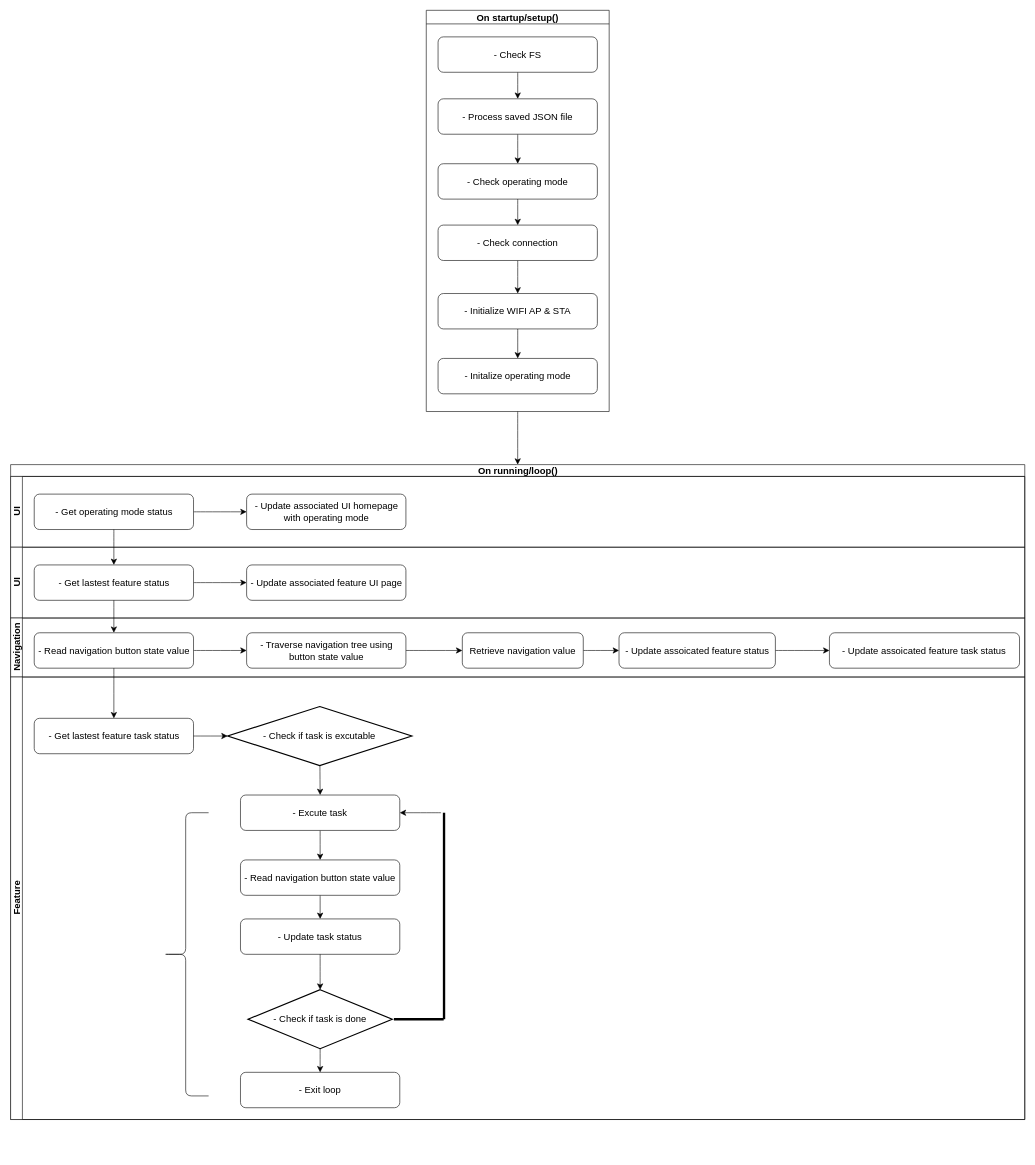
Above: page "General" (1 of 4) of Workflows/Device Firmware Flowchart.drawio in kirichain/RFID (draw.io), before the change. Source tidied: cells renumbered, new cells numbered last; positions are measured from the earlier drawing's top-left corner, leaving out a move shared by most shapes. Both pictures are drawn from the tidied source at 59%, with x=0, y=0 at pixel (11, 10).
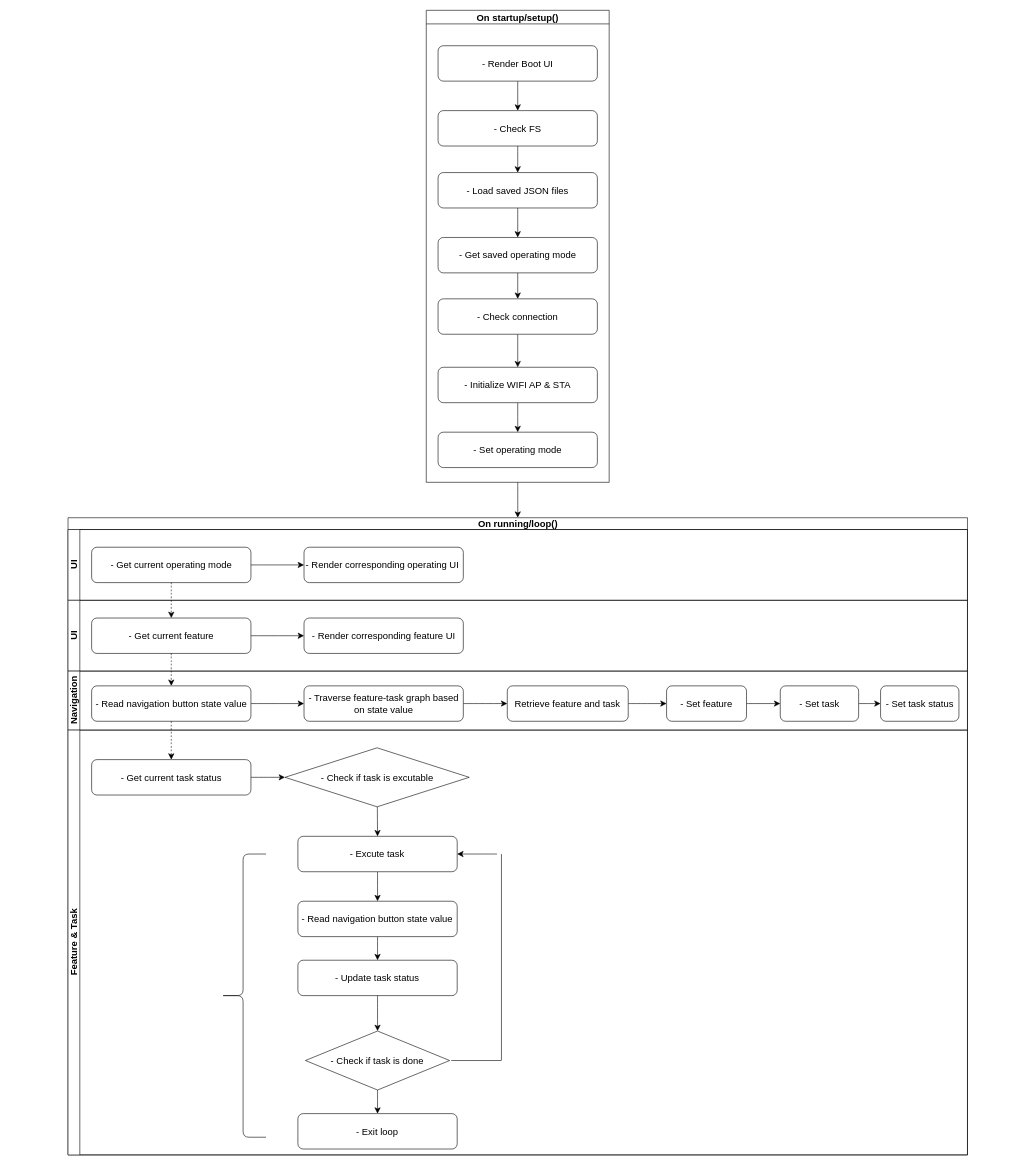
After the change.

The change refers to these unchanged cells:
```xml
<mxCell id="28" value="- Read navigation button state value" style="rounded=1;whiteSpace=wrap;html=1;fontSize=16;" parent="26" vertex="1">
  <mxGeometry x="40" y="25" width="270" height="60" as="geometry" />
</mxCell>
```

Change to the diagram source:
```diff
@@
     <mxCell id="3" value="On startup/setup()" style="swimlane;fontSize=16;" parent="1" vertex="1">
-      <mxGeometry x="704" width="310" height="680" as="geometry" />
+      <mxGeometry x="704" width="310" height="800" as="geometry" />
     </mxCell>
@@
     <mxCell id="5" value="- Check FS" style="rounded=1;whiteSpace=wrap;html=1;fontSize=16;" parent="3" vertex="1">
-      <mxGeometry x="20" y="45" width="270" height="60" as="geometry" />
+      <mxGeometry x="20" y="170" width="270" height="60" as="geometry" />
     </mxCell>
@@
-    <mxCell id="7" value="- Process saved JSON file" style="rounded=1;whiteSpace=wrap;html=1;fontSize=16;" parent="3" vertex="1">
-      <mxGeometry x="20" y="150" width="270" height="60" as="geometry" />
+    <mxCell id="7" value="- Load saved JSON files" style="rounded=1;whiteSpace=wrap;html=1;fontSize=16;" parent="3" vertex="1">
+      <mxGeometry x="20" y="275" width="270" height="60" as="geometry" />
     </mxCell>
@@
-    <mxCell id="9" value="- Check operating mode" style="rounded=1;whiteSpace=wrap;html=1;fontSize=16;" parent="3" vertex="1">
-      <mxGeometry x="20" y="260" width="270" height="60" as="geometry" />
+    <mxCell id="9" value="- Get saved operating mode" style="rounded=1;whiteSpace=wrap;html=1;fontSize=16;" parent="3" vertex="1">
+      <mxGeometry x="20" y="385" width="270" height="60" as="geometry" />
     </mxCell>
@@
     <mxCell id="11" value="- Check connection" style="rounded=1;whiteSpace=wrap;html=1;fontSize=16;" parent="3" vertex="1">
-      <mxGeometry x="20" y="364" width="270" height="60" as="geometry" />
+      <mxGeometry x="20" y="489" width="270" height="60" as="geometry" />
     </mxCell>
@@
     <mxCell id="13" value="- Initialize WIFI AP &amp;amp; STA" style="rounded=1;whiteSpace=wrap;html=1;fontSize=16;" parent="3" vertex="1">
-      <mxGeometry x="20" y="480" width="270" height="60" as="geometry" />
+      <mxGeometry x="20" y="605" width="270" height="60" as="geometry" />
     </mxCell>
-    <mxCell id="14" value="- Initalize operating mode" style="rounded=1;whiteSpace=wrap;html=1;fontSize=16;" parent="3" vertex="1">
-      <mxGeometry x="20" y="590" width="270" height="60" as="geometry" />
+    <mxCell id="14" value="- Set operating mode" style="rounded=1;whiteSpace=wrap;html=1;fontSize=16;" parent="3" vertex="1">
+      <mxGeometry x="20" y="715" width="270" height="60" as="geometry" />
     </mxCell>
+    <mxCell id="55" style="edgeStyle=none;curved=1;rounded=0;jettySize=auto;html=1;entryX=0.5;entryY=0;entryDx=0;entryDy=0;fontSize=12;startSize=8;endSize=8;" parent="3" edge="1" source="56" target="5">
+      <mxGeometry relative="1" as="geometry" />
+    </mxCell>
+    <mxCell id="56" value="- Render Boot UI" style="rounded=1;whiteSpace=wrap;html=1;fontSize=16;" parent="3" vertex="1">
+      <mxGeometry x="20" y="60" width="270" height="60" as="geometry" />
+    </mxCell>
     <mxCell id="15" value="On running/loop()" style="swimlane;horizontal=1;startSize=20;html=1;fontSize=16;" parent="1" vertex="1">
-      <mxGeometry x="-0.5" y="770" width="1718.9" height="1110" as="geometry" />
+      <mxGeometry x="96.8" y="860" width="1524.5" height="1080" as="geometry" />
     </mxCell>
     <mxCell id="16" value="UI" style="swimlane;startSize=20;horizontal=0;html=1;fontSize=16;" parent="15" vertex="1">
-      <mxGeometry y="20" width="1718.9" height="120" as="geometry" />
+      <mxGeometry y="20" width="1524.5" height="120" as="geometry" />
     </mxCell>
@@
-    <mxCell id="18" value="- Get operating mode status" style="rounded=1;whiteSpace=wrap;html=1;fontSize=16;" parent="16" vertex="1">
+    <mxCell id="18" value="- Get current operating mode" style="rounded=1;whiteSpace=wrap;html=1;fontSize=16;" parent="16" vertex="1">
       <mxGeometry x="40" y="30" width="270" height="60" as="geometry" />
     </mxCell>
-    <mxCell id="19" value="- Update associated UI homepage with operating mode" style="rounded=1;whiteSpace=wrap;html=1;fontSize=16;" parent="16" vertex="1">
+    <mxCell id="19" value="- Render corresponding operating UI&amp;nbsp;" style="rounded=1;whiteSpace=wrap;html=1;fontSize=16;" parent="16" vertex="1">
       <mxGeometry x="400" y="30" width="270" height="60" as="geometry" />
     </mxCell>
     <mxCell id="20" value="UI" style="swimlane;startSize=20;horizontal=0;html=1;fontSize=16;" parent="15" vertex="1">
-      <mxGeometry y="140" width="1718.9" height="120" as="geometry" />
+      <mxGeometry y="140" width="1524.5" height="120" as="geometry" />
     </mxCell>
@@
-    <mxCell id="22" value="- Get lastest feature status" style="rounded=1;whiteSpace=wrap;html=1;fontSize=16;" parent="20" vertex="1">
+    <mxCell id="22" value="- Get current feature" style="rounded=1;whiteSpace=wrap;html=1;fontSize=16;" parent="20" vertex="1">
       <mxGeometry x="40" y="30" width="270" height="60" as="geometry" />
     </mxCell>
-    <mxCell id="23" value="- Update associated feature UI page" style="rounded=1;whiteSpace=wrap;html=1;fontSize=16;" parent="20" vertex="1">
+    <mxCell id="23" value="- Render corresponding&amp;nbsp;feature UI" style="rounded=1;whiteSpace=wrap;html=1;fontSize=16;" parent="20" vertex="1">
       <mxGeometry x="400" y="30" width="270" height="60" as="geometry" />
     </mxCell>
-    <mxCell id="24" style="edgeStyle=none;curved=1;rounded=0;jettySize=auto;html=1;entryX=0.5;entryY=0;entryDx=0;entryDy=0;fontSize=12;startSize=8;endSize=8;" parent="15" edge="1" source="18" target="22">
+    <mxCell id="24" style="edgeStyle=none;curved=1;rounded=0;jettySize=auto;html=1;entryX=0.5;entryY=0;entryDx=0;entryDy=0;fontSize=12;startSize=8;endSize=8;dashed=1;" parent="15" edge="1" source="18" target="22">
       <mxGeometry relative="1" as="geometry" />
     </mxCell>
-    <mxCell id="25" style="edgeStyle=none;curved=1;rounded=0;jettySize=auto;html=1;entryX=0.5;entryY=0;entryDx=0;entryDy=0;fontSize=12;startSize=8;endSize=8;" parent="15" edge="1" source="22" target="28">
+    <mxCell id="25" style="edgeStyle=none;curved=1;rounded=0;jettySize=auto;html=1;entryX=0.5;entryY=0;entryDx=0;entryDy=0;fontSize=12;startSize=8;endSize=8;dashed=1;" parent="15" edge="1" source="22" target="28">
       <mxGeometry relative="1" as="geometry" />
     </mxCell>
     <mxCell id="26" value="Navigation" style="swimlane;startSize=20;horizontal=0;html=1;fontSize=16;" parent="15" vertex="1">
-      <mxGeometry y="260" width="1718.9" height="100" as="geometry" />
+      <mxGeometry y="260" width="1524.5" height="100" as="geometry" />
     </mxCell>
@@
-    <mxCell id="30" value="- Traverse navigation tree using button state value" style="rounded=1;whiteSpace=wrap;html=1;fontSize=16;" parent="26" vertex="1">
+    <mxCell id="30" value="- Traverse feature-task graph based on state value" style="rounded=1;whiteSpace=wrap;html=1;fontSize=16;" parent="26" vertex="1">
       <mxGeometry x="400" y="25" width="270" height="60" as="geometry" />
     </mxCell>
@@
-    <mxCell id="32" value="Retrieve navigation value" style="rounded=1;whiteSpace=wrap;html=1;fontSize=16;" parent="26" vertex="1">
-      <mxGeometry x="765.6" y="25" width="205" height="60" as="geometry" />
+    <mxCell id="32" value="Retrieve feature and task" style="rounded=1;whiteSpace=wrap;html=1;fontSize=16;" parent="26" vertex="1">
+      <mxGeometry x="744.5" y="25" width="205" height="60" as="geometry" />
     </mxCell>
@@
-    <mxCell id="34" value="- Update assoicated feature status" style="rounded=1;whiteSpace=wrap;html=1;fontSize=16;" parent="26" vertex="1">
-      <mxGeometry x="1031.2" y="25" width="265" height="60" as="geometry" />
+    <mxCell id="34" value="- Set feature" style="rounded=1;whiteSpace=wrap;html=1;fontSize=16;" parent="26" vertex="1">
+      <mxGeometry x="1014.5" y="25" width="135.5" height="60" as="geometry" />
     </mxCell>
+    <mxCell id="57" style="edgeStyle=none;curved=1;rounded=0;jettySize=auto;html=1;entryX=0;entryY=0.5;entryDx=0;entryDy=0;fontSize=12;startSize=8;endSize=8;" parent="26" edge="1" source="35" target="58">
+      <mxGeometry relative="1" as="geometry" />
+    </mxCell>
-    <mxCell id="35" value="- Update assoicated feature task status" style="rounded=1;whiteSpace=wrap;html=1;fontSize=16;" parent="26" vertex="1">
-      <mxGeometry x="1387.8" y="25" width="322.2" height="60" as="geometry" />
+    <mxCell id="35" value="- Set task" style="rounded=1;whiteSpace=wrap;html=1;fontSize=16;" parent="26" vertex="1">
+      <mxGeometry x="1207.2" y="25" width="132.8" height="60" as="geometry" />
     </mxCell>
+    <mxCell id="58" value="- Set task status" style="rounded=1;whiteSpace=wrap;html=1;fontSize=16;" parent="26" vertex="1">
+      <mxGeometry x="1377.2" y="25" width="132.8" height="60" as="geometry" />
+    </mxCell>
-    <mxCell id="36" value="Feature" style="swimlane;startSize=20;horizontal=0;html=1;fontSize=16;" parent="15" vertex="1">
-      <mxGeometry y="360" width="1718.9" height="750" as="geometry" />
+    <mxCell id="36" value="Feature &amp;amp; Task" style="swimlane;startSize=20;horizontal=0;html=1;fontSize=16;" parent="15" vertex="1">
+      <mxGeometry y="360" width="1524.5" height="720" as="geometry" />
     </mxCell>
-    <mxCell id="37" value="- Get lastest feature task status" style="rounded=1;whiteSpace=wrap;html=1;fontSize=16;" parent="36" vertex="1">
-      <mxGeometry x="40" y="70" width="270" height="60" as="geometry" />
+    <mxCell id="37" value="- Get current task status" style="rounded=1;whiteSpace=wrap;html=1;fontSize=16;" parent="36" vertex="1">
+      <mxGeometry x="40" y="50" width="270" height="60" as="geometry" />
     </mxCell>
@@
     <mxCell id="39" value="- Excute task" style="rounded=1;whiteSpace=wrap;html=1;fontSize=16;" parent="36" vertex="1">
-      <mxGeometry x="389.6" y="200" width="270" height="60" as="geometry" />
+      <mxGeometry x="389.6" y="180" width="270" height="60" as="geometry" />
     </mxCell>
@@
     <mxCell id="41" value="- Read navigation button state value" style="rounded=1;whiteSpace=wrap;html=1;fontSize=16;" parent="36" vertex="1">
-      <mxGeometry x="389.6" y="310" width="270" height="60" as="geometry" />
+      <mxGeometry x="389.6" y="290" width="270" height="60" as="geometry" />
     </mxCell>
@@
-    <mxCell id="43" value="- Check if task is done" style="strokeWidth=2;html=1;shape=mxgraph.flowchart.decision;whiteSpace=wrap;fontSize=16;" parent="36" vertex="1">
-      <mxGeometry x="402.4" y="530" width="244.4" height="100" as="geometry" />
+    <mxCell id="43" value="- Check if task is done" style="strokeWidth=1;html=1;shape=mxgraph.flowchart.decision;whiteSpace=wrap;fontSize=16;" parent="36" vertex="1">
+      <mxGeometry x="402.4" y="510" width="244.4" height="100" as="geometry" />
     </mxCell>
     <mxCell id="44" value="- Exit loop" style="rounded=1;whiteSpace=wrap;html=1;fontSize=16;" parent="36" vertex="1">
-      <mxGeometry x="389.6" y="670" width="270" height="60" as="geometry" />
+      <mxGeometry x="389.6" y="650" width="270" height="60" as="geometry" />
     </mxCell>
-    <mxCell id="45" style="line;strokeWidth=4;html=1;perimeter=backbonePerimeter;fontSize=16;" parent="36" vertex="1">
-      <mxGeometry x="649.6" y="575" width="84.4" height="10" as="geometry" />
+    <mxCell id="45" style="line;strokeWidth=1;html=1;perimeter=backbonePerimeter;fontSize=16;" parent="36" vertex="1">
+      <mxGeometry x="649.6" y="555" width="84.4" height="10" as="geometry" />
     </mxCell>
     <mxCell id="46" style="endArrow=classic;html=1;rounded=0;fontSize=12;startSize=8;endSize=8;curved=1;entryX=1;entryY=0.5;entryDx=0;entryDy=0;" parent="36" edge="1" target="39">
       <mxGeometry relative="1" as="geometry">
-        <mxPoint x="729.6" y="230" as="sourcePoint" />
+        <mxPoint x="727.2" y="210" as="sourcePoint" />
       </mxGeometry>
     </mxCell>
-    <mxCell id="47" style="line;strokeWidth=4;direction=south;html=1;perimeter=backbonePerimeter;fontSize=16;" parent="36" vertex="1">
-      <mxGeometry x="729.6" y="230" width="10" height="350" as="geometry" />
+    <mxCell id="47" style="line;strokeWidth=1;direction=south;html=1;perimeter=backbonePerimeter;fontSize=16;" parent="36" vertex="1">
+      <mxGeometry x="729.6" y="210" width="10" height="350" as="geometry" />
     </mxCell>
@@
-    <mxCell id="49" value="- Check if task is excutable" style="strokeWidth=2;html=1;shape=mxgraph.flowchart.decision;whiteSpace=wrap;fontSize=16;" parent="36" vertex="1">
-      <mxGeometry x="367.8" y="50" width="312.2" height="100" as="geometry" />
+    <mxCell id="49" value="- Check if task is excutable" style="strokeWidth=1;html=1;shape=mxgraph.flowchart.decision;whiteSpace=wrap;fontSize=16;" parent="36" vertex="1">
+      <mxGeometry x="367.8" y="30" width="312.2" height="100" as="geometry" />
     </mxCell>
@@
     <mxCell id="51" style="shape=curlyBracket;whiteSpace=wrap;html=1;rounded=1;labelPosition=left;verticalLabelPosition=middle;align=right;verticalAlign=middle;fontSize=16;" parent="36" vertex="1">
-      <mxGeometry x="257.8" y="230" width="77.8" height="480" as="geometry" />
+      <mxGeometry x="257.8" y="210" width="77.8" height="480" as="geometry" />
     </mxCell>
     <mxCell id="52" value="- Update task status" style="rounded=1;whiteSpace=wrap;html=1;fontSize=16;" parent="36" vertex="1">
-      <mxGeometry x="389.6" y="410" width="270" height="60" as="geometry" />
+      <mxGeometry x="389.6" y="390" width="270" height="60" as="geometry" />
     </mxCell>
@@
-    <mxCell id="54" style="edgeStyle=none;curved=1;rounded=0;jettySize=auto;html=1;entryX=0.5;entryY=0;entryDx=0;entryDy=0;fontSize=12;startSize=8;endSize=8;" parent="15" edge="1" source="28" target="37">
+    <mxCell id="54" style="edgeStyle=none;curved=1;rounded=0;jettySize=auto;html=1;entryX=0.5;entryY=0;entryDx=0;entryDy=0;fontSize=12;startSize=8;endSize=8;dashed=1;" parent="15" edge="1" source="28" target="37">
       <mxGeometry relative="1" as="geometry" />
     </mxCell>
```
